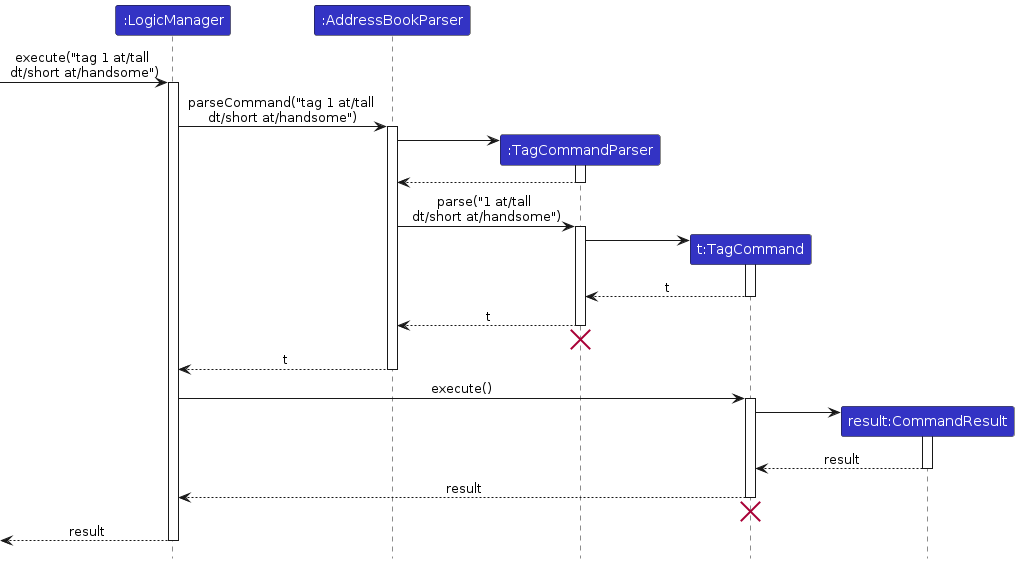
Earlier version of the PlantUML export diagrams/tag-feature/TagSequenceDiagram.png (yucongkoo/tp). Its source is kept beside it as diagrams/tag-feature/TagSequenceDiagram.puml.
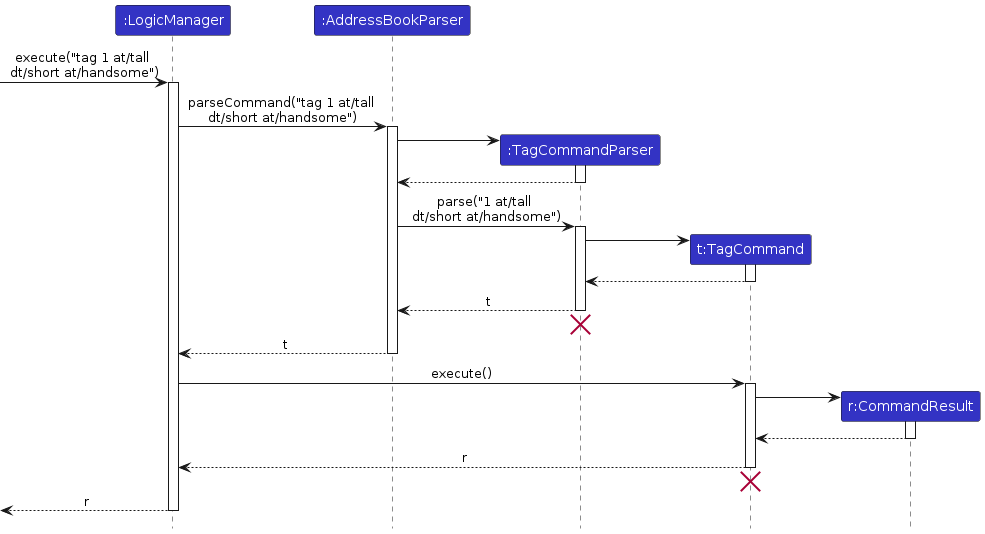
The same diagram one commit later.

Diff of the diagram source:
```diff
@@ -6,7 +6,7 @@
 participant ":AddressBookParser" as AddressBookParser LOGIC_COLOR
 participant ":TagCommandParser" as TagCommandParser LOGIC_COLOR
 participant "t:TagCommand" as TagCommand LOGIC_COLOR
-participant "result:CommandResult" as CommandResult LOGIC_COLOR
+participant "r:CommandResult" as CommandResult LOGIC_COLOR
 
 [-> LogicManager : execute("tag 1 at/tall \ndt/short at/handsome")
 activate LogicManager
@@ -28,7 +28,7 @@
 TagCommandParser -> TagCommand
 activate TagCommand
 
-TagCommand --> TagCommandParser : t
+TagCommand --> TagCommandParser
 deactivate TagCommand
 
 TagCommandParser --> AddressBookParser : t
@@ -47,14 +47,14 @@
 TagCommand -> CommandResult
 activate CommandResult
 
-CommandResult --> TagCommand : result
+CommandResult --> TagCommand
 deactivate CommandResult
 
-TagCommand --> LogicManager : result
+TagCommand --> LogicManager : r
 deactivate TagCommand
 TagCommand -[hidden]-> LogicManager
 destroy TagCommand
 
-[<--LogicManager : result
+[<--LogicManager : r
 deactivate LogicManager
 @enduml
```
